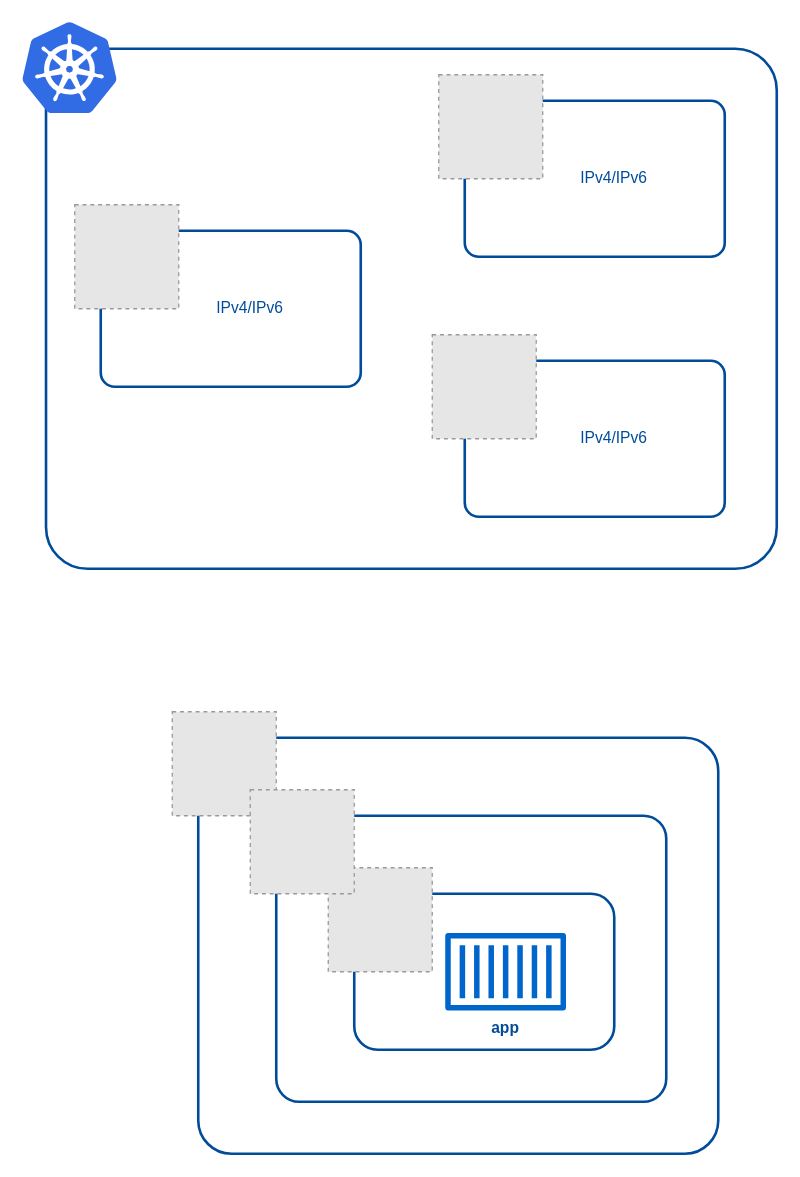
The draw.io diagram page "第 3 页" (3 of 4) of st/k8s.drawio in gaivin/drawio, before the edit. Source tidied: cells renumbered, new cells numbered last; positions are measured from the earlier drawing's top-left corner, leaving out a move shared by most shapes. Both pictures are drawn from the tidied source at 130%, with x=0, y=0 at pixel (22, 22). Pictures stored in the file or linked from it are replaced by grey dashed boxes.
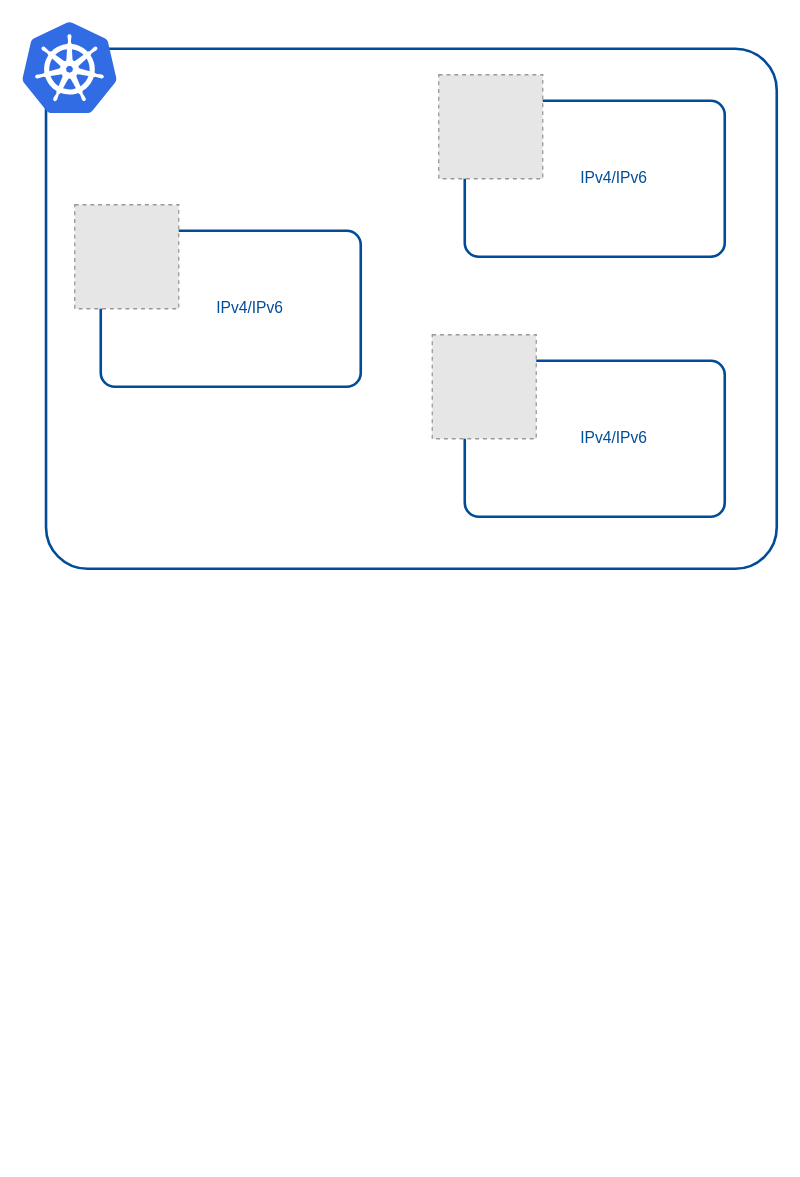
The same diagram, later.

The edit, as a diff of the source:
```diff
@@
 <mxGraphModel>
   <root>
     <mxCell id="0" />
     <mxCell id="1" parent="0" />
     <mxCell id="2" style="rounded=1;whiteSpace=wrap;html=1;fillStyle=auto;strokeWidth=2;fillColor=none;arcSize=8;strokeColor=#004C99;" parent="1" vertex="1">
       <mxGeometry x="17.9" y="20" width="562.1" height="400" as="geometry" />
     </mxCell>
     <mxCell id="3" value="&amp;nbsp; &amp;nbsp; &amp;nbsp; &amp;nbsp; &amp;nbsp;IPv4/IPv6" style="rounded=1;whiteSpace=wrap;html=1;fillStyle=auto;strokeColor=#004C99;strokeWidth=2;fontColor=#004C99;fillColor=none;arcSize=9;" parent="1" vertex="1">
       <mxGeometry x="340" y="60" width="200" height="120" as="geometry" />
     </mxCell>
     <mxCell id="4" style="fillColor=#E6E6E6;strokeColor=#999999;dashed=1;verticalLabelPosition=bottom;verticalAlign=top;fontColor=#004C99;" parent="1" vertex="1">
       <mxGeometry x="320" y="40" width="80" height="80" as="geometry" />
     </mxCell>
     <mxCell id="5" value="&amp;nbsp; &amp;nbsp; &amp;nbsp; &amp;nbsp; &amp;nbsp;IPv4/IPv6" style="rounded=1;whiteSpace=wrap;html=1;fillStyle=auto;strokeColor=#004C99;strokeWidth=2;fontColor=#004C99;fillColor=none;arcSize=9;" parent="1" vertex="1">
       <mxGeometry x="340" y="260" width="200" height="120" as="geometry" />
     </mxCell>
     <mxCell id="6" style="fillColor=#E6E6E6;strokeColor=#999999;dashed=1;verticalLabelPosition=bottom;verticalAlign=top;fontColor=#004C99;" parent="1" vertex="1">
       <mxGeometry x="315" y="240" width="80" height="80" as="geometry" />
     </mxCell>
     <mxCell id="7" value="&amp;nbsp; &amp;nbsp; &amp;nbsp; &amp;nbsp; &amp;nbsp;IPv4/IPv6" style="rounded=1;whiteSpace=wrap;html=1;fillStyle=auto;strokeColor=#004C99;strokeWidth=2;fontColor=#004C99;fillColor=none;arcSize=9;" parent="1" vertex="1">
       <mxGeometry x="60" y="160" width="200" height="120" as="geometry" />
     </mxCell>
     <mxCell id="8" style="fillColor=#E6E6E6;strokeColor=#999999;dashed=1;verticalLabelPosition=bottom;verticalAlign=top;fontColor=#004C99;" parent="1" vertex="1">
       <mxGeometry x="40" y="140" width="80" height="80" as="geometry" />
     </mxCell>
-    <mxCell id="9" style="rounded=1;whiteSpace=wrap;html=1;fillStyle=auto;strokeWidth=2;fillColor=none;arcSize=8;strokeColor=#004C99;" parent="1" vertex="1">
-      <mxGeometry x="135" y="550" width="400" height="320" as="geometry" />
-    </mxCell>
-    <mxCell id="10" style="rounded=1;whiteSpace=wrap;html=1;fillStyle=auto;strokeWidth=2;fillColor=none;arcSize=8;strokeColor=#004C99;" parent="1" vertex="1">
-      <mxGeometry x="195" y="610" width="300" height="220" as="geometry" />
-    </mxCell>
-    <mxCell id="11" style="rounded=1;whiteSpace=wrap;html=1;fontFamily=Helvetica;fontSize=12;fontColor=default;align=center;strokeColor=#004C99;fillColor=default;strokeWidth=2;fillStyle=solid;" parent="1" vertex="1">
-      <mxGeometry x="255" y="670" width="200" height="120" as="geometry" />
-    </mxCell>
-    <mxCell id="12" style="fillColor=#E6E6E6;strokeColor=#999999;dashed=1;verticalLabelPosition=bottom;verticalAlign=top;" parent="1" vertex="1">
-      <mxGeometry x="235" y="650" width="80" height="80" as="geometry" />
-    </mxCell>
-    <mxCell id="13" value="&lt;font color=&quot;#004c99&quot;&gt;&lt;b&gt;app&lt;/b&gt;&lt;/font&gt;" style="sketch=0;fontColor=#ffffff;fillColor=#0066CC;strokeColor=#006EAF;dashed=0;verticalLabelPosition=bottom;verticalAlign=top;align=center;html=1;fontSize=12;fontStyle=0;shape=mxgraph.aws4.container_1;fillStyle=solid;strokeWidth=2;" parent="1" vertex="1">
-      <mxGeometry x="325" y="700" width="92.9" height="60" as="geometry" />
-    </mxCell>
-    <mxCell id="14" style="fillColor=#E6E6E6;strokeColor=#999999;dashed=1;verticalLabelPosition=bottom;verticalAlign=top;fontColor=#004C99;" parent="1" vertex="1">
-      <mxGeometry x="115" y="530" width="80" height="80" as="geometry" />
-    </mxCell>
-    <mxCell id="15" style="fillColor=#E6E6E6;strokeColor=#999999;dashed=1;verticalLabelPosition=bottom;verticalAlign=top;fontColor=#004C99;" parent="1" vertex="1">
-      <mxGeometry x="175" y="590" width="80" height="80" as="geometry" />
-    </mxCell>
     <mxCell id="16" style="sketch=0;html=1;align=center;image;fontSize=12;image=img/lib/mscae/Kubernetes.svg;" parent="1" vertex="1">
       <mxGeometry width="72.9" height="70" as="geometry" />
     </mxCell>
   </root>
 </mxGraphModel>
```
